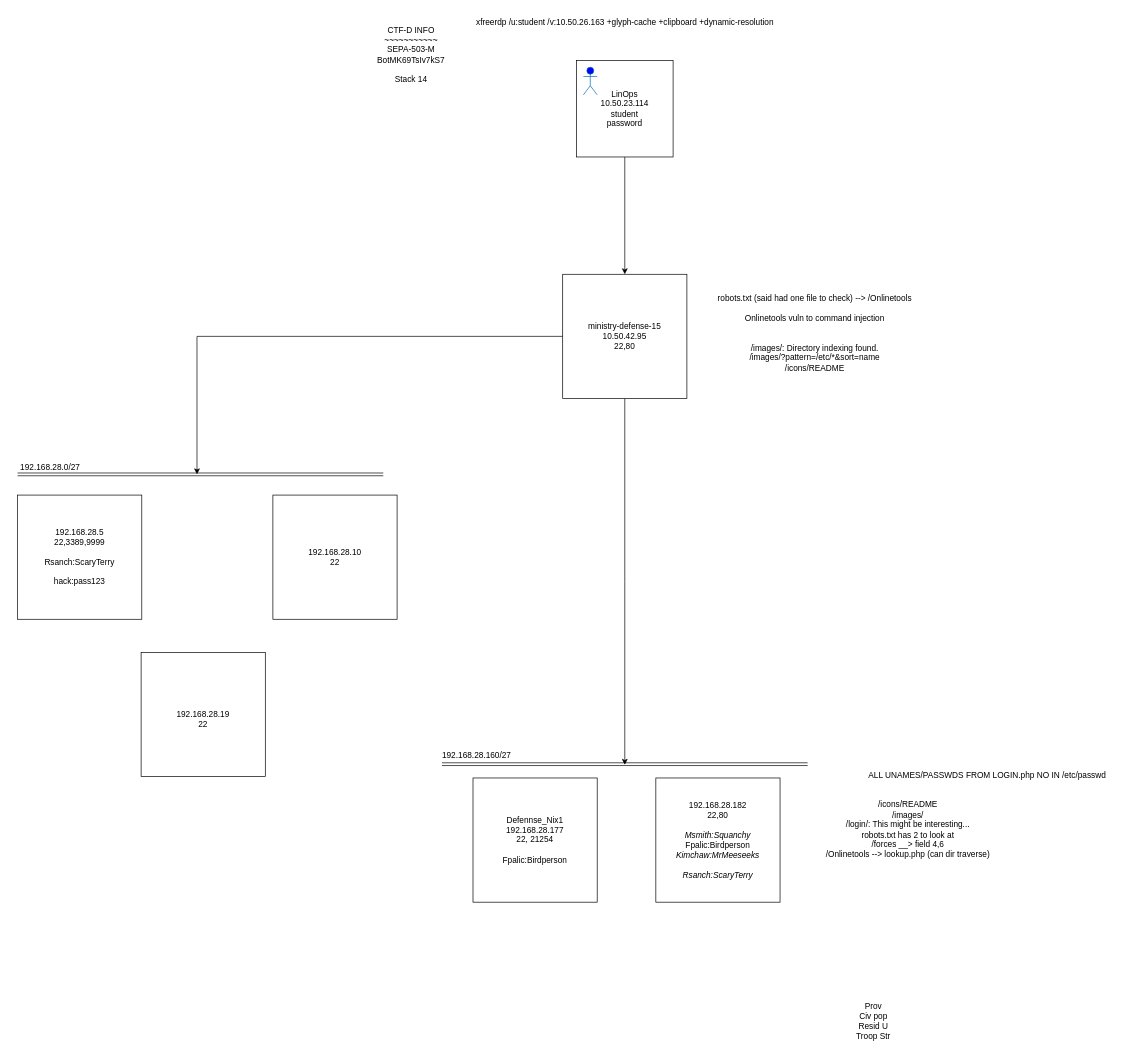
The draw.io diagram Security/Seltzer/Untitled Diagram.drawio in TheWaltuh/COSC-Notes, before the edit. Source tidied: cells renumbered, new cells numbered last; positions are measured from the earlier drawing's top-left corner, leaving out a move shared by most shapes. Both pictures are drawn from the tidied source at 69%, with x=0, y=0 at pixel (12, 12).
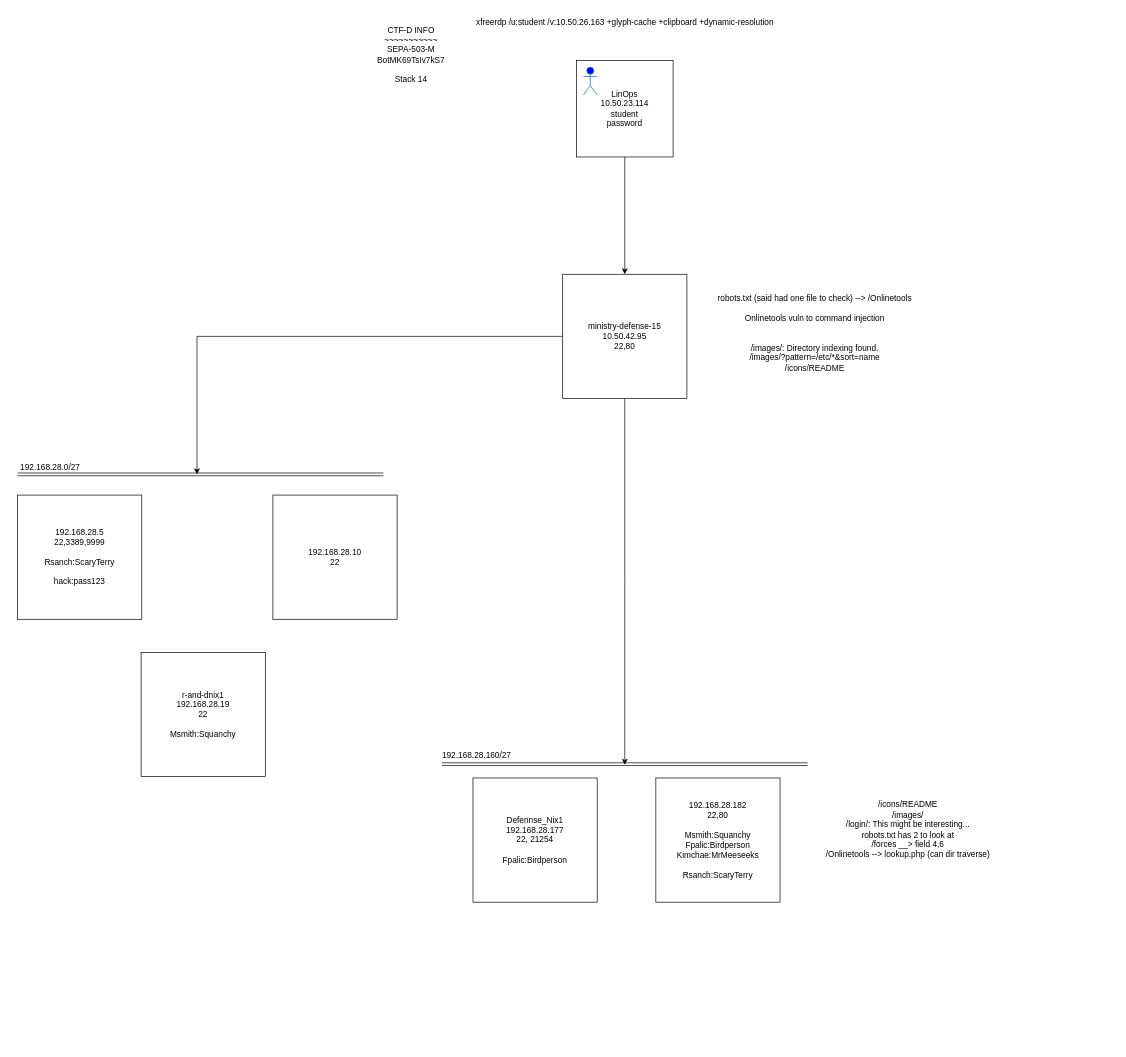
The same diagram, later.

The edit, as a diff of the source:
```diff
@@
-    <mxCell id="17" value="192.168.28.182&lt;br&gt;22,80&lt;br&gt;&lt;br&gt;&lt;i&gt;Msmith:Squanchy&lt;br&gt;&lt;/i&gt;Fpalic:Birdperson&lt;br&gt;&lt;i&gt;Kimchaw:MrMeeseeks&lt;br&gt;&lt;/i&gt;&lt;br&gt;&lt;i&gt;Rsanch:ScaryTerry&lt;/i&gt;" style="whiteSpace=wrap;html=1;" parent="1" vertex="1">
+    <mxCell id="17" value="192.168.28.182&lt;br&gt;22,80&lt;br&gt;&lt;br&gt;Msmith:Squanchy&lt;br&gt;Fpalic:Birdperson&lt;br&gt;Kimchae:MrMeeseeks&lt;br&gt;&lt;br&gt;Rsanch:ScaryTerry" style="whiteSpace=wrap;html=1;" parent="1" vertex="1">
       <mxGeometry x="933" y="1110" width="180" height="180" as="geometry" />
     </mxCell>
@@
-    <mxCell id="19" value="ALL UNAMES/PASSWDS FROM LOGIN.php NO IN /etc/passwd" style="text;html=1;align=center;verticalAlign=middle;strokeColor=none;fillColor=none;" parent="1" vertex="1">
-      <mxGeometry x="1228" y="1092" width="370" height="30" as="geometry" />
-    </mxCell>
-    <mxCell id="20" value="Prov&lt;br&gt;Civ pop&lt;br&gt;Resid U&lt;br&gt;Troop Str" style="text;html=1;align=center;verticalAlign=middle;strokeColor=none;fillColor=none;" parent="1" vertex="1">
-      <mxGeometry x="1213" y="1428" width="70" height="70" as="geometry" />
-    </mxCell>
@@
-    <mxCell id="22" value="&lt;br&gt;192.168.28.19&lt;br&gt;22" style="whiteSpace=wrap;html=1;" parent="1" vertex="1">
+    <mxCell id="22" value="r-and-dnix1&lt;br&gt;192.168.28.19&lt;br&gt;22&lt;br&gt;&lt;br&gt;Msmith:Squanchy" style="whiteSpace=wrap;html=1;" parent="1" vertex="1">
       <mxGeometry x="187" y="928" width="180" height="180" as="geometry" />
     </mxCell>
```
